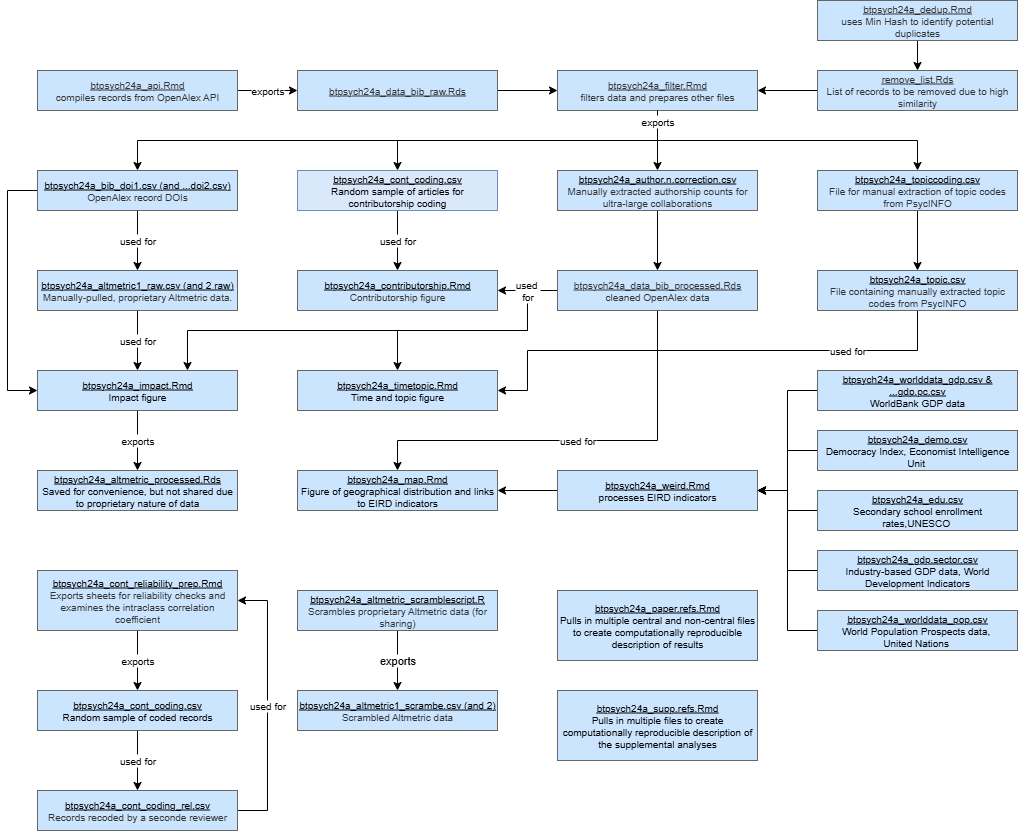
Earlier version of the draw.io export admin/btpsych24a_FileOrganization.png (Social-Science-Collaboratory/btpsych). Source tidied: cells renumbered, new cells last; positions are measured from the earlier drawing's top-left corner, leaving out a move shared by most shapes.
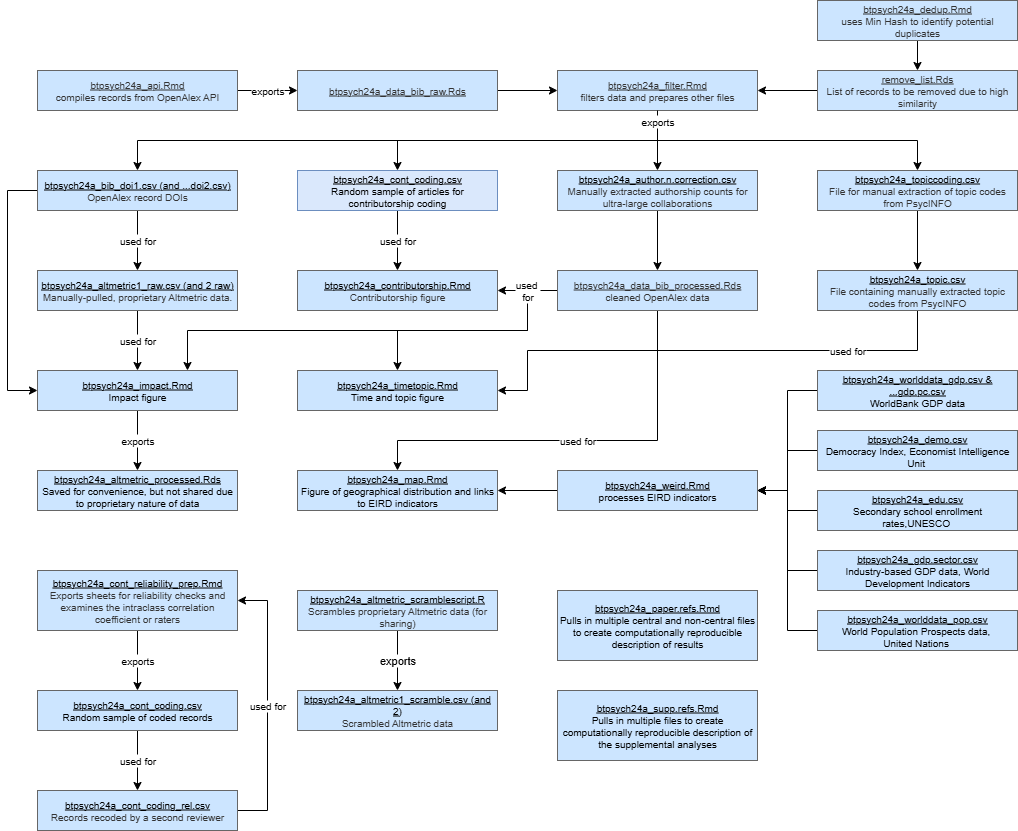
After the change.

The edit, as a diff of the source:
```diff
@@ -151,7 +151,7 @@
     <mxCell id="38" value="&lt;font style=&quot;font-size: 10px;&quot;&gt;exports&lt;/font&gt;" style="edgeStyle=orthogonalEdgeStyle;rounded=0;jettySize=auto;html=1;exitX=0.5;exitY=1;exitDx=0;exitDy=0;entryX=0.5;entryY=0;entryDx=0;entryDy=0;" parent="1" edge="1" source="39" target="41">
       <mxGeometry relative="1" as="geometry" />
     </mxCell>
-    <mxCell id="39" value="&lt;div style=&quot;&quot;&gt;&lt;span style=&quot;background-color: transparent;&quot;&gt;&lt;font color=&quot;#000000&quot;&gt;&lt;u&gt;btpsych24a_cont_reliability_prep.Rmd&lt;/u&gt;&lt;/font&gt;&lt;/span&gt;&lt;/div&gt;&lt;div style=&quot;&quot;&gt;&lt;span style=&quot;background-color: transparent; color: light-dark(rgb(51, 51, 51), rgb(63, 63, 63));&quot;&gt;Exports sheets for reliability checks and examines the intraclass correlation coefficient&lt;/span&gt;&lt;/div&gt;" style="text;html=1;align=center;verticalAlign=middle;whiteSpace=wrap;rounded=0;fillColor=#CCE5FF;fontColor=#333333;strokeColor=#666666;fontSize=10;" parent="1" vertex="1">
+    <mxCell id="39" value="&lt;div style=&quot;&quot;&gt;&lt;span style=&quot;background-color: transparent;&quot;&gt;&lt;font color=&quot;#000000&quot;&gt;&lt;u&gt;btpsych24a_cont_reliability_prep.Rmd&lt;/u&gt;&lt;/font&gt;&lt;/span&gt;&lt;/div&gt;&lt;div style=&quot;&quot;&gt;&lt;span style=&quot;background-color: transparent; color: light-dark(rgb(51, 51, 51), rgb(63, 63, 63));&quot;&gt;Exports sheets for reliability checks and examines the intraclass correlation coefficient or raters&lt;/span&gt;&lt;/div&gt;" style="text;html=1;align=center;verticalAlign=middle;whiteSpace=wrap;rounded=0;fillColor=#CCE5FF;fontColor=#333333;strokeColor=#666666;fontSize=10;" parent="1" vertex="1">
       <mxGeometry x="30" y="570" width="200" height="60" as="geometry" />
     </mxCell>
     <mxCell id="40" value="&lt;font style=&quot;font-size: 10px;&quot;&gt;used for&lt;/font&gt;" style="edgeStyle=orthogonalEdgeStyle;rounded=0;jettySize=auto;html=1;exitX=0.5;exitY=1;exitDx=0;exitDy=0;entryX=0.5;entryY=0;entryDx=0;entryDy=0;" parent="1" edge="1" source="41" target="43">
@@ -168,7 +168,7 @@
         </Array>
       </mxGeometry>
     </mxCell>
-    <mxCell id="43" value="&lt;div style=&quot;&quot;&gt;&lt;font color=&quot;#000000&quot;&gt;&lt;u&gt;btpsych24a_cont_coding_rel.csv&lt;/u&gt;&lt;/font&gt;&lt;/div&gt;&lt;div style=&quot;&quot;&gt;Records recoded by a seconde reviewer&lt;/div&gt;" style="text;html=1;align=center;verticalAlign=middle;whiteSpace=wrap;rounded=0;fillColor=#CCE5FF;fontColor=#333333;strokeColor=#666666;fontSize=10;" parent="1" vertex="1">
+    <mxCell id="43" value="&lt;div style=&quot;&quot;&gt;&lt;font color=&quot;#000000&quot;&gt;&lt;u&gt;btpsych24a_cont_coding_rel.csv&lt;/u&gt;&lt;/font&gt;&lt;/div&gt;&lt;div style=&quot;&quot;&gt;Records recoded by a second reviewer&lt;/div&gt;" style="text;html=1;align=center;verticalAlign=middle;whiteSpace=wrap;rounded=0;fillColor=#CCE5FF;fontColor=#333333;strokeColor=#666666;fontSize=10;" parent="1" vertex="1">
       <mxGeometry x="30" y="790" width="200" height="40" as="geometry" />
     </mxCell>
     <mxCell id="44" value="exports" style="edgeStyle=orthogonalEdgeStyle;rounded=0;jettySize=auto;html=1;exitX=0.5;exitY=1;exitDx=0;exitDy=0;" parent="1" edge="1" source="45" target="46">
@@ -177,7 +177,7 @@
     <mxCell id="45" value="&lt;div style=&quot;&quot;&gt;&lt;font color=&quot;#000000&quot;&gt;&lt;u&gt;btpsych24a_altmetric_scramblescript.R&lt;/u&gt;&lt;/font&gt;&lt;br&gt;&lt;/div&gt;Scrambles proprietary Altmetric data (for sharing)" style="text;html=1;align=center;verticalAlign=middle;whiteSpace=wrap;rounded=0;fillColor=#CCE5FF;fontColor=#333333;strokeColor=#666666;fontSize=10;" parent="1" vertex="1">
       <mxGeometry x="290" y="590" width="200" height="40" as="geometry" />
     </mxCell>
-    <mxCell id="46" value="&lt;span style=&quot;color: rgb(0, 0, 0); text-align: left;&quot;&gt;&lt;font style=&quot;font-size: 10px;&quot;&gt;&lt;u&gt;btpsych24a_altmetric1_scrambe.csv (and 2)&lt;/u&gt;&lt;/font&gt;&lt;/span&gt;&lt;br&gt;&lt;span style=&quot;background-color: initial;&quot;&gt;Scrambled Altmetric data&lt;/span&gt;" style="text;html=1;align=center;verticalAlign=middle;whiteSpace=wrap;rounded=0;fillColor=#CCE5FF;fontColor=#333333;strokeColor=#666666;fontSize=10;" parent="1" vertex="1">
+    <mxCell id="46" value="&lt;span style=&quot;color: rgb(0, 0, 0); text-align: left;&quot;&gt;&lt;font style=&quot;font-size: 10px;&quot;&gt;&lt;u&gt;btpsych24a_altmetric1_scramble.csv (and 2)&lt;/u&gt;&lt;/font&gt;&lt;/span&gt;&lt;br&gt;&lt;span style=&quot;background-color: initial;&quot;&gt;Scrambled Altmetric data&lt;/span&gt;" style="text;html=1;align=center;verticalAlign=middle;whiteSpace=wrap;rounded=0;fillColor=#CCE5FF;fontColor=#333333;strokeColor=#666666;fontSize=10;" parent="1" vertex="1">
       <mxGeometry x="290" y="690" width="200" height="40" as="geometry" />
     </mxCell>
     <mxCell id="47" style="edgeStyle=orthogonalEdgeStyle;rounded=0;jettySize=auto;html=1;exitX=0.5;exitY=1;exitDx=0;exitDy=0;entryX=0.5;entryY=0;entryDx=0;entryDy=0;" parent="1" edge="1" source="48" target="50">
```
